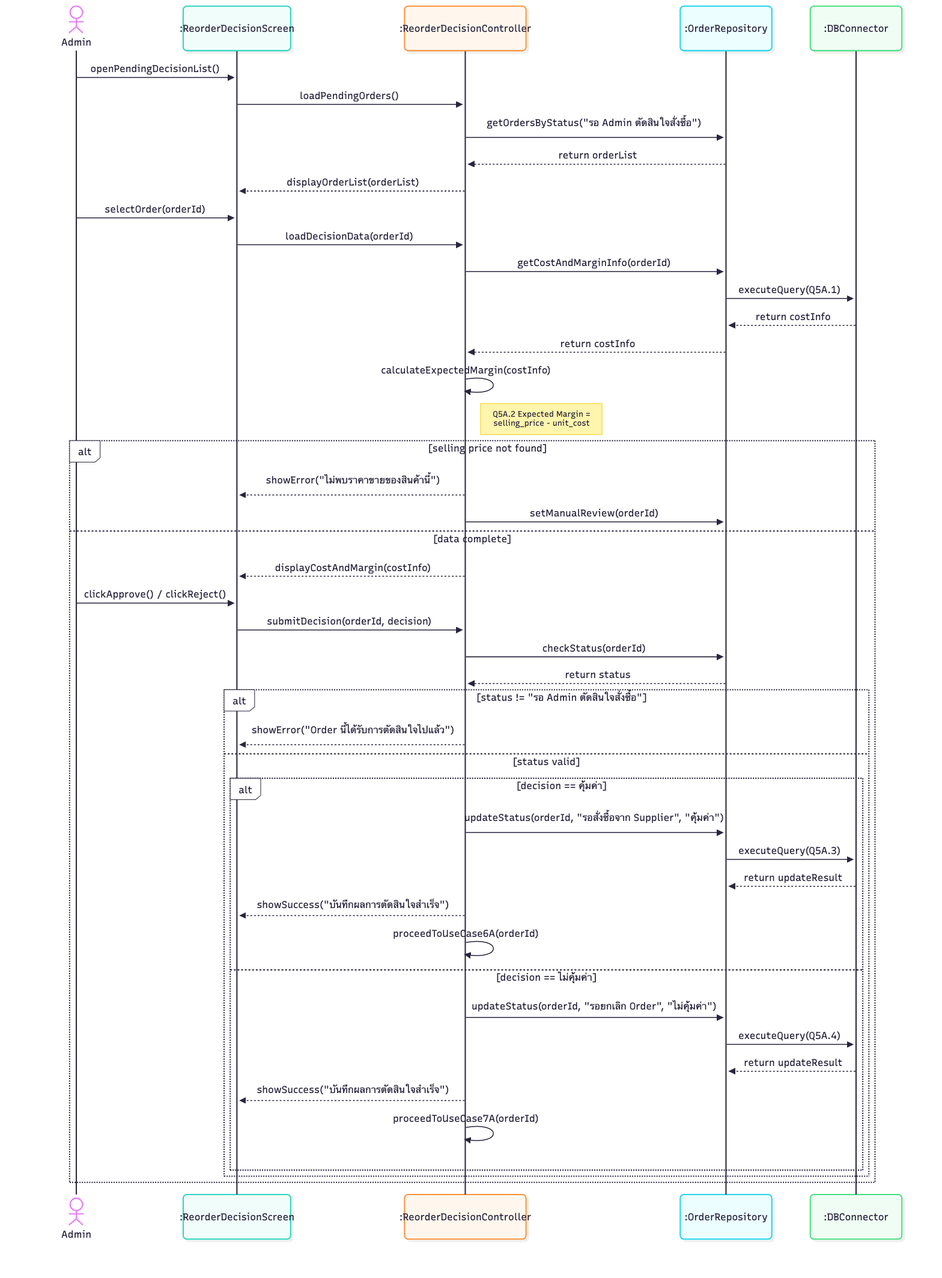
The Mermaid diagram 03-chapter2-use-case-descriptions/diagrams/png/5A-sequence.png in xbpkdi/321-sa-proj, before a commit. Its source is kept beside it as 03-chapter2-use-case-descriptions/diagrams/mmd/5A-sequence.mmd. Source of this version:
```mermaid
sequenceDiagram
    actor Admin
    participant Screen as :ReorderDecisionScreen
    participant RDC as :ReorderDecisionController
    participant OrderRepo as :OrderRepository
    participant DB as :DBConnector

    Admin->>Screen: openPendingDecisionList()
    Screen->>RDC: loadPendingOrders()
    RDC->>OrderRepo: getOrdersByStatus("รอ Admin ตัดสินใจสั่งซื้อ")
    OrderRepo-->>RDC: return orderList
    RDC-->>Screen: displayOrderList(orderList)

    Admin->>Screen: selectOrder(orderId)
    Screen->>RDC: loadDecisionData(orderId)
    RDC->>OrderRepo: getCostAndMarginInfo(orderId)
    OrderRepo->>DB: executeQuery(Q5A.1)
    DB-->>OrderRepo: return costInfo
    OrderRepo-->>RDC: return costInfo
    RDC->>RDC: calculateExpectedMargin(costInfo)
    Note right of RDC: Q5A.2 Expected Margin =<br/>selling_price - unit_cost
    alt selling price not found
        RDC-->>Screen: showError("ไม่พบราคาขายของสินค้านี้")
        RDC->>OrderRepo: setManualReview(orderId)
    else data complete
        RDC-->>Screen: displayCostAndMargin(costInfo)
        Admin->>Screen: clickApprove() / clickReject()
        Screen->>RDC: submitDecision(orderId, decision)
        RDC->>OrderRepo: checkStatus(orderId)
        OrderRepo-->>RDC: return status
        alt status != "รอ Admin ตัดสินใจสั่งซื้อ"
            RDC-->>Screen: showError("Order นี้ได้รับการตัดสินใจไปแล้ว")
        else status valid
            alt decision == คุ้มค่า
                RDC->>OrderRepo: updateStatus(orderId, "รอสั่งซื้อจาก Supplier", "คุ้มค่า")
                OrderRepo->>DB: executeQuery(Q5A.3)
                DB-->>OrderRepo: return updateResult
                RDC-->>Screen: showSuccess("บันทึกผลการตัดสินใจสำเร็จ")
                RDC->>RDC: proceedToUseCase6A(orderId)
            else decision == ไม่คุ้มค่า
                RDC->>OrderRepo: updateStatus(orderId, "รอยกเลิก Order", "ไม่คุ้มค่า")
                OrderRepo->>DB: executeQuery(Q5A.4)
                DB-->>OrderRepo: return updateResult
                RDC-->>Screen: showSuccess("บันทึกผลการตัดสินใจสำเร็จ")
                RDC->>RDC: proceedToUseCase7A(orderId)
            end
        end
    end
```
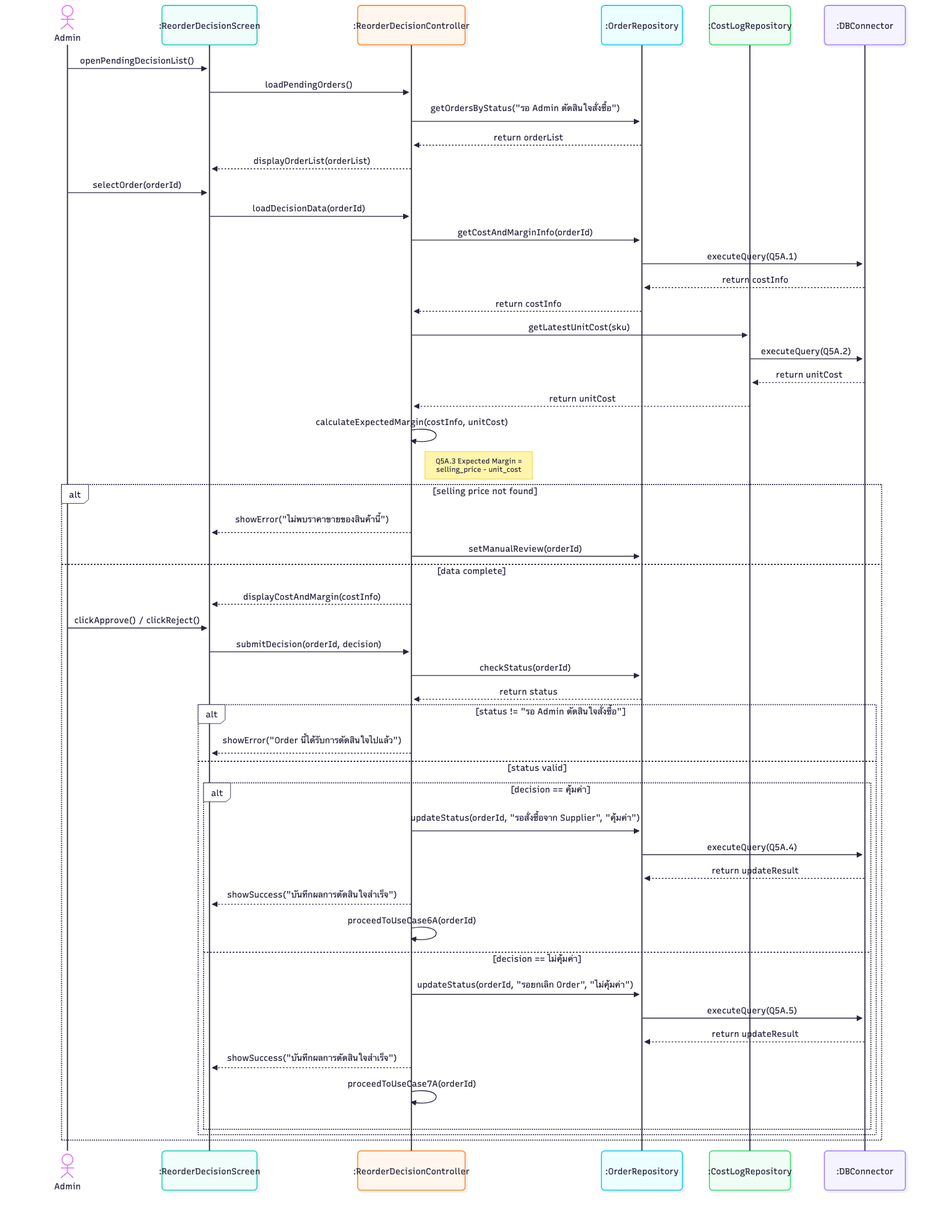
After the change.

Change to the diagram source:
```diff
@@ -3,6 +3,7 @@
     participant Screen as :ReorderDecisionScreen
     participant RDC as :ReorderDecisionController
     participant OrderRepo as :OrderRepository
+    participant CostRepo as :CostLogRepository
     participant DB as :DBConnector
 
     Admin->>Screen: openPendingDecisionList()
@@ -17,8 +18,12 @@
     OrderRepo->>DB: executeQuery(Q5A.1)
     DB-->>OrderRepo: return costInfo
     OrderRepo-->>RDC: return costInfo
-    RDC->>RDC: calculateExpectedMargin(costInfo)
-    Note right of RDC: Q5A.2 Expected Margin =<br/>selling_price - unit_cost
+    RDC->>CostRepo: getLatestUnitCost(sku)
+    CostRepo->>DB: executeQuery(Q5A.2)
+    DB-->>CostRepo: return unitCost
+    CostRepo-->>RDC: return unitCost
+    RDC->>RDC: calculateExpectedMargin(costInfo, unitCost)
+    Note right of RDC: Q5A.3 Expected Margin =<br/>selling_price - unit_cost
     alt selling price not found
         RDC-->>Screen: showError("ไม่พบราคาขายของสินค้านี้")
         RDC->>OrderRepo: setManualReview(orderId)
@@ -33,13 +38,13 @@
         else status valid
             alt decision == คุ้มค่า
                 RDC->>OrderRepo: updateStatus(orderId, "รอสั่งซื้อจาก Supplier", "คุ้มค่า")
-                OrderRepo->>DB: executeQuery(Q5A.3)
+                OrderRepo->>DB: executeQuery(Q5A.4)
                 DB-->>OrderRepo: return updateResult
                 RDC-->>Screen: showSuccess("บันทึกผลการตัดสินใจสำเร็จ")
                 RDC->>RDC: proceedToUseCase6A(orderId)
             else decision == ไม่คุ้มค่า
                 RDC->>OrderRepo: updateStatus(orderId, "รอยกเลิก Order", "ไม่คุ้มค่า")
-                OrderRepo->>DB: executeQuery(Q5A.4)
+                OrderRepo->>DB: executeQuery(Q5A.5)
                 DB-->>OrderRepo: return updateResult
                 RDC-->>Screen: showSuccess("บันทึกผลการตัดสินใจสำเร็จ")
                 RDC->>RDC: proceedToUseCase7A(orderId)
```
